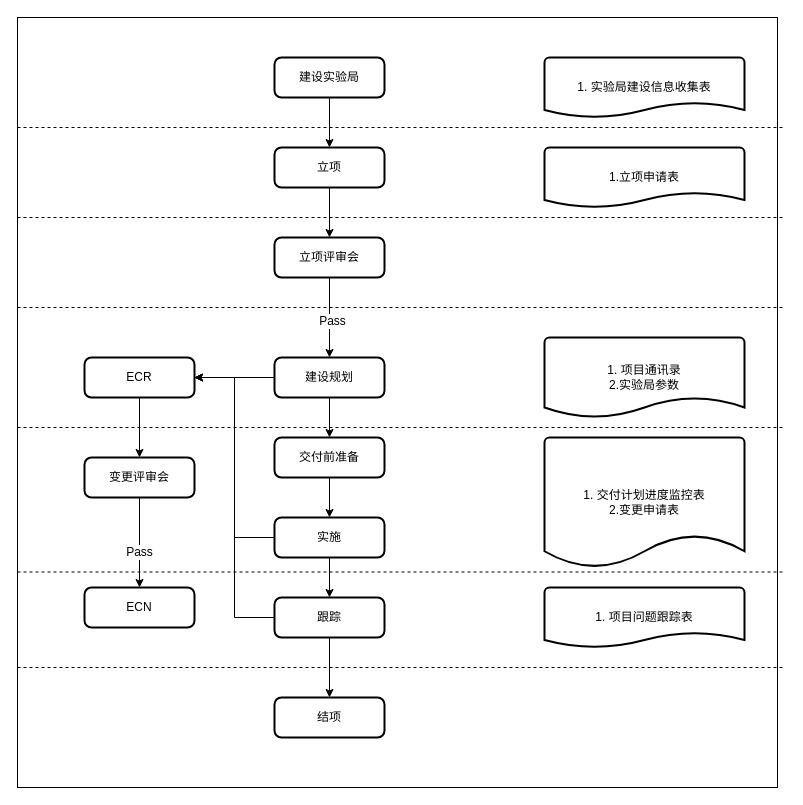
linkeyue/linkeyue keeps this draw.io diagram as 实验局流程图.drawio. Above is the earlier version. Source tidied: cells renumbered, new cells numbered last; positions are measured from the earlier drawing's top-left corner, leaving out a move shared by most shapes. Both pictures are drawn from the tidied source at 100%, with x=0, y=0 at pixel (17, 17).
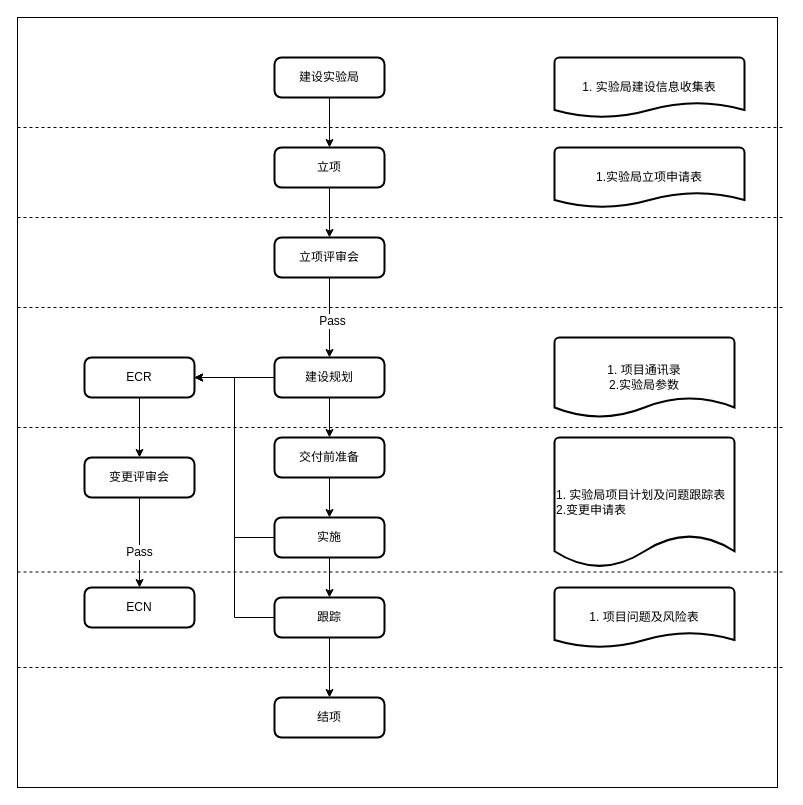
The same page after the edit.

Commit message:
Update 实验局流程图.drawio

The edit, as a diff of the source:
```diff
@@
-    <mxCell id="28" value="1.立项申请表" style="strokeWidth=2;html=1;shape=mxgraph.flowchart.document2;whiteSpace=wrap;size=0.25;" parent="1" vertex="1">
-      <mxGeometry x="527" y="130" width="200" height="60" as="geometry" />
+    <mxCell id="28" value="1.实验局立项申请表" style="strokeWidth=2;html=1;shape=mxgraph.flowchart.document2;whiteSpace=wrap;size=0.25;" parent="1" vertex="1">
+      <mxGeometry x="537" y="130" width="190" height="60" as="geometry" />
     </mxCell>
     <mxCell id="29" value="1. 项目通讯录&lt;br&gt;2.实验局参数" style="strokeWidth=2;html=1;shape=mxgraph.flowchart.document2;whiteSpace=wrap;size=0.25;" parent="1" vertex="1">
-      <mxGeometry x="527" y="320" width="200" height="80" as="geometry" />
+      <mxGeometry x="537" y="320" width="180" height="80" as="geometry" />
     </mxCell>
-    <mxCell id="30" value="1. 交付计划进度监控表&lt;br&gt;2.变更申请表" style="strokeWidth=2;html=1;shape=mxgraph.flowchart.document2;whiteSpace=wrap;size=0.25;" parent="1" vertex="1">
-      <mxGeometry x="527" y="420" width="200" height="130" as="geometry" />
+    <mxCell id="30" value="1. 实验局项目计划及问题跟踪表&lt;br&gt;2.变更申请表" style="strokeWidth=2;html=1;shape=mxgraph.flowchart.document2;whiteSpace=wrap;size=0.25;align=left;" parent="1" vertex="1">
+      <mxGeometry x="537" y="420" width="180" height="130" as="geometry" />
     </mxCell>
-    <mxCell id="31" value="1. 项目问题跟踪表" style="strokeWidth=2;html=1;shape=mxgraph.flowchart.document2;whiteSpace=wrap;size=0.25;" parent="1" vertex="1">
-      <mxGeometry x="527" y="570" width="200" height="60" as="geometry" />
+    <mxCell id="31" value="1. 项目问题及风险表" style="strokeWidth=2;html=1;shape=mxgraph.flowchart.document2;whiteSpace=wrap;size=0.25;" parent="1" vertex="1">
+      <mxGeometry x="537" y="570" width="180" height="60" as="geometry" />
     </mxCell>
     <mxCell id="32" value="1. 实验局建设信息收集表" style="strokeWidth=2;html=1;shape=mxgraph.flowchart.document2;whiteSpace=wrap;size=0.25;" parent="1" vertex="1">
-      <mxGeometry x="527" y="40" width="200" height="60" as="geometry" />
+      <mxGeometry x="537" y="40" width="190" height="60" as="geometry" />
     </mxCell>
```
